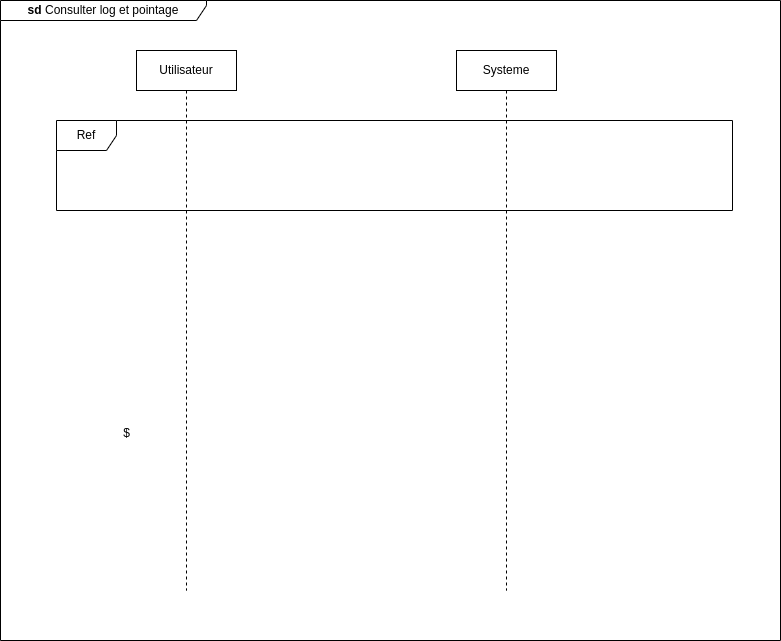
Before: static/Diagramme de sequence consulter log et rapport .drawio.png, a diagram exported from draw.io (Siluearsene/borne_biometrique). Source tidied: cells renumbered, new cells last; positions are measured from the earlier drawing's top-left corner, leaving out a move shared by most shapes.
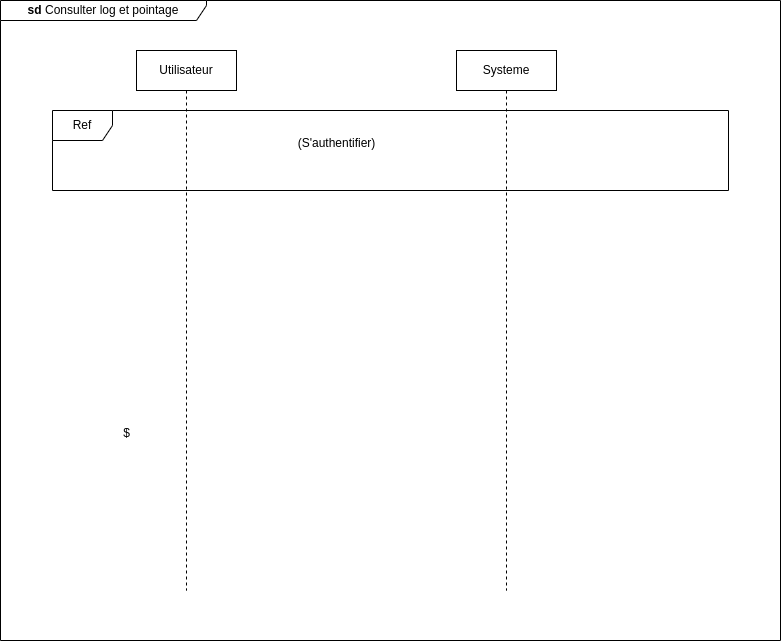
Above is the later version.

Commit message:
Mettre à jour Diagramme de sequence consulter log et rapport .drawio.png

Diff of the diagram source:
```diff
@@ -12,10 +12,13 @@
       <mxGeometry x="456" y="50" width="100" height="540" as="geometry" />
     </mxCell>
     <mxCell id="5" value="Ref" style="shape=umlFrame;whiteSpace=wrap;html=1;" parent="1" vertex="1">
-      <mxGeometry x="56" y="120" width="676" height="90" as="geometry" />
+      <mxGeometry x="52" y="110" width="676" height="80" as="geometry" />
     </mxCell>
     <mxCell id="6" value="$" style="text;html=1;align=center;verticalAlign=middle;strokeColor=none;fillColor=none;" parent="1" vertex="1">
       <mxGeometry x="111" y="418" width="30" height="30" as="geometry" />
     </mxCell>
+    <mxCell id="7" value="(S'authentifier)" style="text;html=1;align=center;verticalAlign=middle;strokeColor=none;fillColor=none;" parent="1" vertex="1">
+      <mxGeometry x="286" y="128" width="100" height="30" as="geometry" />
+    </mxCell>
   </root>
 </mxGraphModel>
```
